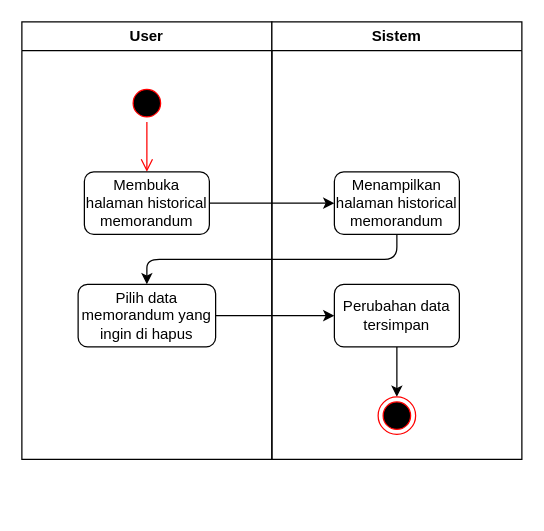
Above: historical memorandum/hapushistorical.drawio in rismanrhz/idms (draw.io), before the change. Source tidied: cells renumbered, new cells numbered last; positions are measured from the earlier drawing's top-left corner, leaving out a move shared by most shapes. Both pictures are drawn from the tidied source at 125%, with x=0, y=0 at pixel (21, 21).
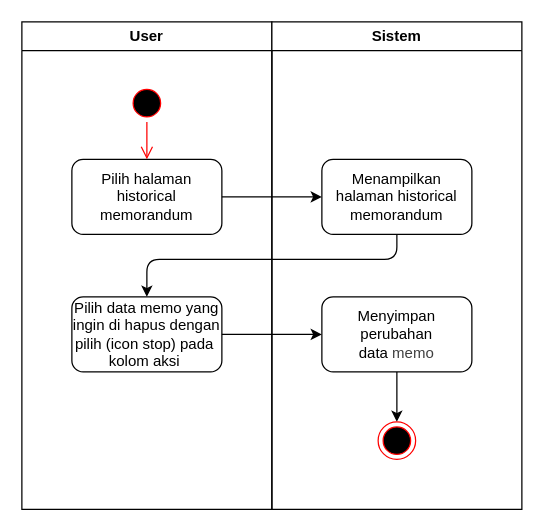
The same diagram, later.

What changed in the source:
```diff
@@
 <mxGraphModel>
   <root>
     <mxCell id="0" />
     <mxCell id="1" parent="0" />
     <mxCell id="2" value="User" style="swimlane;whiteSpace=wrap;html=1;" parent="1" vertex="1">
-      <mxGeometry width="200" height="350" as="geometry" />
+      <mxGeometry width="200" height="390" as="geometry" />
     </mxCell>
     <mxCell id="3" style="ellipse;html=1;shape=startState;fillColor=#000000;strokeColor=#ff0000;" parent="2" vertex="1">
       <mxGeometry x="85" y="50" width="30" height="30" as="geometry" />
     </mxCell>
-    <mxCell id="4" style="edgeStyle=orthogonalEdgeStyle;html=1;verticalAlign=bottom;endArrow=open;endSize=8;strokeColor=#ff0000;entryX=0.5;entryY=0;entryDx=0;entryDy=0;" parent="2" edge="1" source="3" target="5">
-      <mxGeometry relative="1" as="geometry" />
-    </mxCell>
-    <mxCell id="5" value="Membuka halaman historical memorandum" style="rounded=1;whiteSpace=wrap;html=1;" parent="2" vertex="1">
-      <mxGeometry x="50" y="120" width="100" height="50" as="geometry" />
-    </mxCell>
-    <mxCell id="6" value="&lt;span style=&quot;color: rgb(0, 0, 0);&quot;&gt;Pilih data memorandum yang ingin di hapus&lt;/span&gt;" style="rounded=1;whiteSpace=wrap;html=1;" parent="2" vertex="1">
-      <mxGeometry x="45" y="210" width="110" height="50" as="geometry" />
-    </mxCell>
+    <mxCell id="15" value="Pilih halaman historical memorandum" style="rounded=1;whiteSpace=wrap;html=1;" parent="2" vertex="1">
+      <mxGeometry x="40" y="110" width="120" height="60" as="geometry" />
+    </mxCell>
+    <mxCell id="16" style="edgeStyle=orthogonalEdgeStyle;html=1;verticalAlign=bottom;endArrow=open;endSize=8;strokeColor=#ff0000;entryX=0.5;entryY=0;entryDx=0;entryDy=0;" parent="2" edge="1" source="3" target="15">
+      <mxGeometry relative="1" as="geometry" />
+    </mxCell>
+    <mxCell id="17" value="&lt;span style=&quot;color: rgb(0, 0, 0);&quot;&gt;Pilih data memo yang ingin di hapus dengan pilih (icon stop) pada&amp;nbsp; kolom aksi&amp;nbsp;&lt;/span&gt;" style="rounded=1;whiteSpace=wrap;html=1;" parent="2" vertex="1">
+      <mxGeometry x="40" y="220" width="120" height="60" as="geometry" />
+    </mxCell>
     <mxCell id="7" value="Sistem" style="swimlane;whiteSpace=wrap;html=1;" parent="1" vertex="1">
-      <mxGeometry x="200" width="200" height="350" as="geometry" />
+      <mxGeometry x="200" width="200" height="390" as="geometry" />
     </mxCell>
     <mxCell id="8" value="Menampilkan halaman historical memorandum" style="rounded=1;whiteSpace=wrap;html=1;" parent="7" vertex="1">
-      <mxGeometry x="50" y="120" width="100" height="50" as="geometry" />
+      <mxGeometry x="40" y="110" width="120" height="60" as="geometry" />
     </mxCell>
-    <mxCell id="9" style="edgeStyle=none;html=1;" parent="7" edge="1" source="10" target="11">
-      <mxGeometry relative="1" as="geometry" />
-    </mxCell>
-    <mxCell id="10" value="Perubahan data tersimpan" style="rounded=1;whiteSpace=wrap;html=1;" parent="7" vertex="1">
-      <mxGeometry x="50" y="210" width="100" height="50" as="geometry" />
-    </mxCell>
-    <mxCell id="11" style="ellipse;html=1;shape=endState;fillColor=#000000;strokeColor=#ff0000;" parent="7" vertex="1">
-      <mxGeometry x="85" y="300" width="30" height="30" as="geometry" />
-    </mxCell>
-    <mxCell id="12" style="edgeStyle=none;html=1;" parent="1" edge="1" source="5" target="8">
-      <mxGeometry relative="1" as="geometry" />
-    </mxCell>
-    <mxCell id="13" style="edgeStyle=none;html=1;exitX=0.5;exitY=1;exitDx=0;exitDy=0;" parent="1" edge="1" source="8" target="6">
-      <mxGeometry relative="1" as="geometry">
-        <Array as="points">
-          <mxPoint x="300" y="190" />
-          <mxPoint x="100" y="190" />
-        </Array>
-      </mxGeometry>
-    </mxCell>
-    <mxCell id="14" style="edgeStyle=none;html=1;" parent="1" edge="1" source="6" target="10">
-      <mxGeometry relative="1" as="geometry" />
-    </mxCell>
+    <mxCell id="18" value="Menyimpan perubahan data&amp;nbsp;&lt;span style=&quot;color: rgb(63, 63, 63);&quot;&gt;memo&lt;/span&gt;" style="rounded=1;whiteSpace=wrap;html=1;" parent="7" vertex="1">
+      <mxGeometry x="40" y="220" width="120" height="60" as="geometry" />
+    </mxCell>
+    <mxCell id="19" style="edgeStyle=none;html=1;exitX=0.5;exitY=1;exitDx=0;exitDy=0;entryX=0.5;entryY=0;entryDx=0;entryDy=0;" parent="7" edge="1" source="18" target="20">
+      <mxGeometry relative="1" as="geometry" />
+    </mxCell>
+    <mxCell id="20" style="ellipse;html=1;shape=endState;fillColor=#000000;strokeColor=#ff0000;" parent="7" vertex="1">
+      <mxGeometry x="85" y="320" width="30" height="30" as="geometry" />
+    </mxCell>
+    <mxCell id="21" style="edgeStyle=none;html=1;" parent="1" edge="1" source="15" target="8">
+      <mxGeometry relative="1" as="geometry" />
+    </mxCell>
+    <mxCell id="22" style="edgeStyle=none;html=1;entryX=0.5;entryY=0;entryDx=0;entryDy=0;exitX=0.5;exitY=1;exitDx=0;exitDy=0;" parent="1" edge="1" source="8" target="17">
+      <mxGeometry relative="1" as="geometry">
+        <Array as="points">
+          <mxPoint x="300" y="190" />
+          <mxPoint x="100" y="190" />
+        </Array>
+      </mxGeometry>
+    </mxCell>
+    <mxCell id="23" style="edgeStyle=none;html=1;" parent="1" edge="1" source="17" target="18">
+      <mxGeometry relative="1" as="geometry" />
+    </mxCell>
   </root>
 </mxGraphModel>
```
